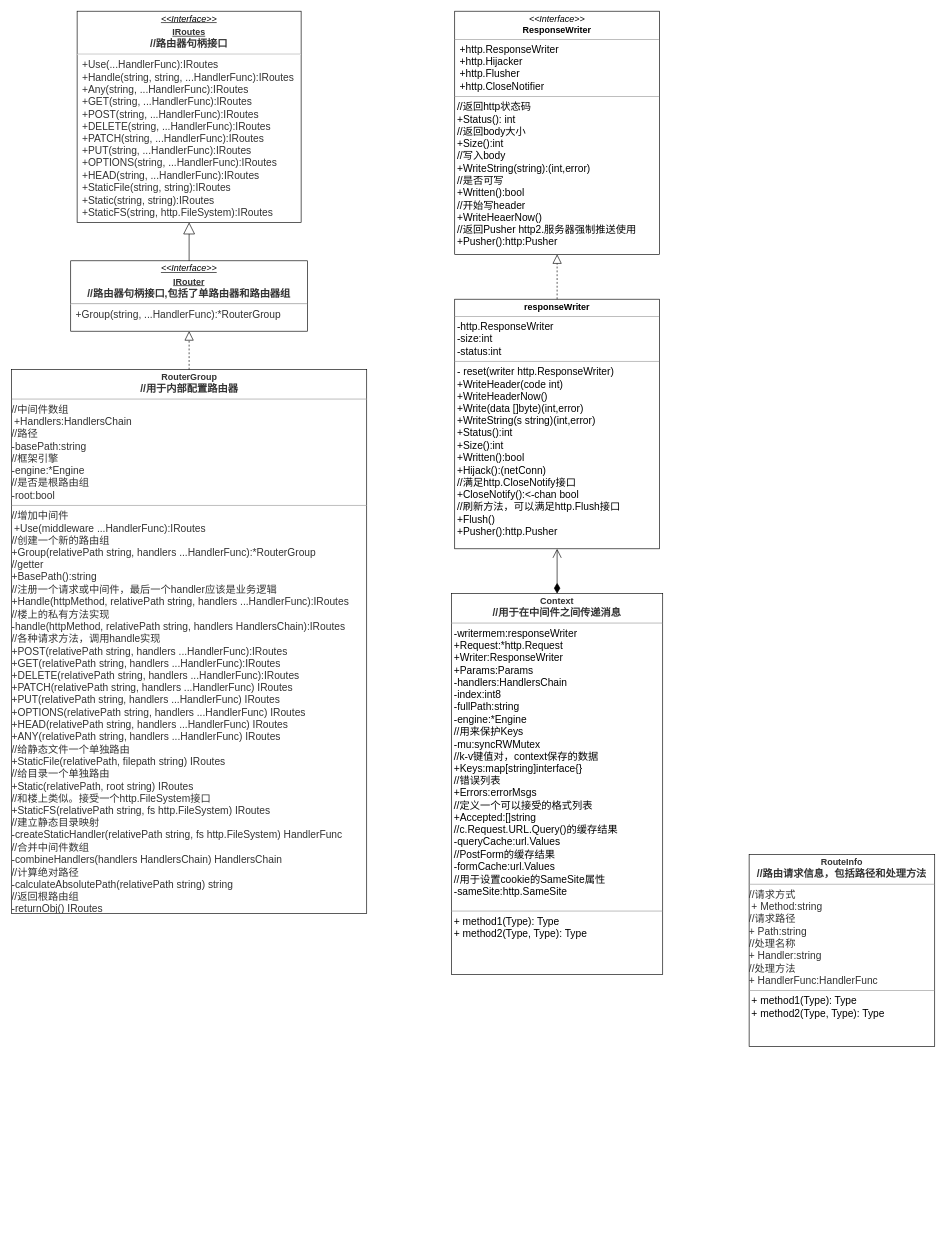
dagons/uml keeps this draw.io diagram as gin/gin_uml.drawio. Above is the earlier version. Source tidied: cells renumbered, new cells numbered last; positions are measured from the earlier drawing's top-left corner, leaving out a move shared by most shapes. Both pictures are drawn from the tidied source at 64%, with x=0, y=0 at pixel (12, 11).
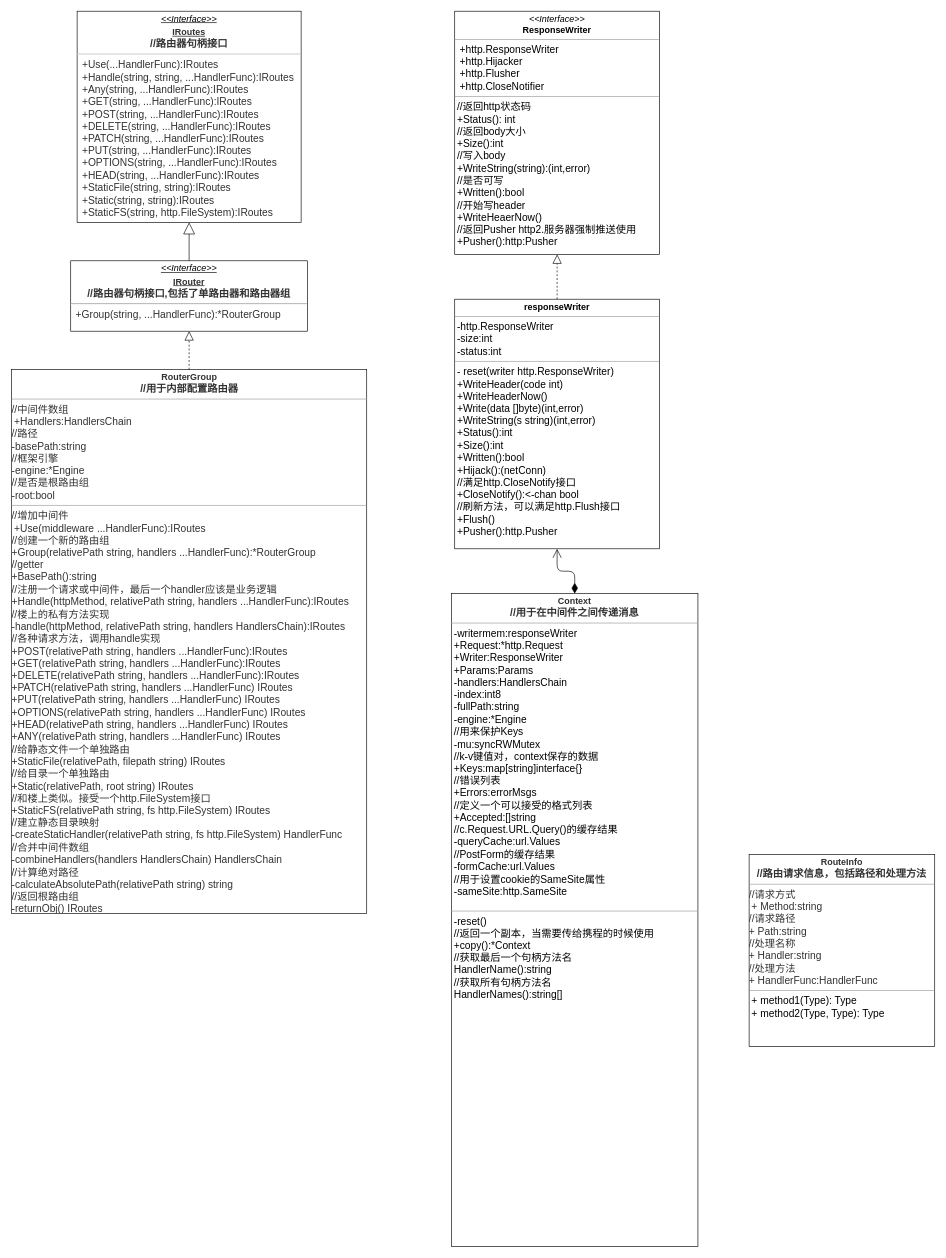
The same page after the edit.

Change to the diagram source:
```diff
@@
-    <mxCell id="7" value="&lt;p style=&quot;margin: 0px ; margin-top: 4px ; text-align: center&quot;&gt;&lt;span style=&quot;color: rgb(50 , 50 , 50) ; font-weight: 700 ; background-color: rgba(255 , 255 , 255 , 0.01)&quot;&gt;&lt;font style=&quot;font-size: 14px&quot;&gt;Context&lt;/font&gt;&lt;/span&gt;&lt;/p&gt;&lt;div style=&quot;resize: none ; outline: 0px ; color: rgb(50 , 50 , 50) ; font-weight: 700 ; text-align: center&quot;&gt;&lt;font size=&quot;3&quot;&gt;//用于在中间件之间传递消息&lt;/font&gt;&lt;/div&gt;&lt;hr size=&quot;1&quot;&gt;&lt;p style=&quot;margin: 0px ; margin-left: 4px&quot;&gt;&lt;font size=&quot;3&quot;&gt;-writermem:responseWriter&lt;br&gt;&lt;/font&gt;&lt;/p&gt;&lt;div style=&quot;resize: none ; outline: 0px&quot;&gt;&lt;/div&gt;&lt;p style=&quot;margin: 0px ; margin-left: 4px&quot;&gt;&lt;font size=&quot;3&quot;&gt;+Request:*http.Request&lt;br&gt;&lt;/font&gt;&lt;/p&gt;&lt;div style=&quot;resize: none ; outline: 0px&quot;&gt;&lt;/div&gt;&lt;p style=&quot;margin: 0px ; margin-left: 4px&quot;&gt;&lt;font size=&quot;3&quot;&gt;+Writer:ResponseWriter&lt;br&gt;&lt;/font&gt;&lt;/p&gt;&lt;div style=&quot;resize: none ; outline: 0px&quot;&gt;&lt;/div&gt;&lt;div style=&quot;resize: none ; outline: 0px&quot;&gt;&lt;/div&gt;&lt;p style=&quot;margin: 0px ; margin-left: 4px&quot;&gt;&lt;font size=&quot;3&quot;&gt;+Params:Params&lt;br&gt;&lt;/font&gt;&lt;/p&gt;&lt;div style=&quot;resize: none ; outline: 0px&quot;&gt;&lt;/div&gt;&lt;p style=&quot;margin: 0px ; margin-left: 4px&quot;&gt;&lt;font size=&quot;3&quot;&gt;-handlers:HandlersChain&lt;br&gt;&lt;/font&gt;&lt;/p&gt;&lt;div style=&quot;resize: none ; outline: 0px&quot;&gt;&lt;/div&gt;&lt;p style=&quot;margin: 0px ; margin-left: 4px&quot;&gt;&lt;font size=&quot;3&quot;&gt;-index:int8&lt;/font&gt;&lt;/p&gt;&lt;p style=&quot;margin: 0px ; margin-left: 4px&quot;&gt;&lt;span style=&quot;font-size: medium&quot;&gt;-fullPath:string&lt;/span&gt;&lt;/p&gt;&lt;p style=&quot;margin: 0px ; margin-left: 4px&quot;&gt;&lt;span style=&quot;font-size: medium&quot;&gt;-engine:*Engine&lt;/span&gt;&lt;/p&gt;&lt;p style=&quot;margin: 0px ; margin-left: 4px&quot;&gt;&lt;span style=&quot;font-size: medium&quot;&gt;//用来保护Keys&lt;/span&gt;&lt;/p&gt;&lt;p style=&quot;margin: 0px ; margin-left: 4px&quot;&gt;&lt;span style=&quot;font-size: medium&quot;&gt;-mu:syncRWMutex&lt;/span&gt;&lt;/p&gt;&lt;p style=&quot;margin: 0px ; margin-left: 4px&quot;&gt;&lt;span style=&quot;font-size: medium&quot;&gt;//k-v键值对，context保存的数据&lt;/span&gt;&lt;/p&gt;&lt;p style=&quot;margin: 0px ; margin-left: 4px&quot;&gt;&lt;span style=&quot;font-size: medium&quot;&gt;+Keys:map[string]interface{}&lt;/span&gt;&lt;/p&gt;&lt;p style=&quot;margin: 0px ; margin-left: 4px&quot;&gt;&lt;span style=&quot;font-size: medium&quot;&gt;//错误列表&lt;/span&gt;&lt;/p&gt;&lt;p style=&quot;margin: 0px ; margin-left: 4px&quot;&gt;&lt;span style=&quot;font-size: medium&quot;&gt;+Errors:errorMsgs&lt;/span&gt;&lt;/p&gt;&lt;p style=&quot;margin: 0px ; margin-left: 4px&quot;&gt;&lt;span style=&quot;font-size: medium&quot;&gt;//定义一个可以接受的格式列表&lt;/span&gt;&lt;/p&gt;&lt;p style=&quot;margin: 0px ; margin-left: 4px&quot;&gt;&lt;span style=&quot;font-size: medium&quot;&gt;+Accepted:[]string&lt;/span&gt;&lt;/p&gt;&lt;p style=&quot;margin: 0px ; margin-left: 4px&quot;&gt;&lt;span style=&quot;font-size: medium&quot;&gt;//c.Request.URL.Query()的缓存结果&lt;/span&gt;&lt;/p&gt;&lt;p style=&quot;margin: 0px ; margin-left: 4px&quot;&gt;&lt;span style=&quot;font-size: medium&quot;&gt;-queryCache:url.Values&lt;/span&gt;&lt;/p&gt;&lt;p style=&quot;margin: 0px ; margin-left: 4px&quot;&gt;&lt;font size=&quot;3&quot;&gt;//PostForm的缓存结果&lt;/font&gt;&lt;/p&gt;&lt;p style=&quot;margin: 0px ; margin-left: 4px&quot;&gt;&lt;span style=&quot;font-size: medium&quot;&gt;-formCache:url.Values&lt;/span&gt;&lt;span style=&quot;font-size: medium&quot;&gt;&lt;br&gt;&lt;/span&gt;&lt;/p&gt;&lt;p style=&quot;margin: 0px ; margin-left: 4px&quot;&gt;&lt;font size=&quot;3&quot;&gt;//用于设置cookie的SameSite属性&lt;/font&gt;&lt;/p&gt;&lt;p style=&quot;margin: 0px ; margin-left: 4px&quot;&gt;&lt;span style=&quot;font-size: medium&quot;&gt;-sameSite:http.SameSite&lt;/span&gt;&lt;/p&gt;&lt;div style=&quot;resize: none ; outline: 0px&quot;&gt;&lt;br&gt;&lt;/div&gt;&lt;hr size=&quot;1&quot;&gt;&lt;p style=&quot;margin: 0px ; margin-left: 4px&quot;&gt;&lt;font size=&quot;3&quot;&gt;+ method1(Type): Type&lt;br&gt;+ method2(Type, Type): Type&lt;/font&gt;&lt;/p&gt;" style="verticalAlign=top;align=left;overflow=fill;fontSize=12;fontFamily=Helvetica;html=1;" parent="1" vertex="1">
-      <mxGeometry x="687" y="910" width="330" height="595" as="geometry" />
+    <mxCell id="7" value="&lt;p style=&quot;margin: 0px ; margin-top: 4px ; text-align: center&quot;&gt;&lt;span style=&quot;color: rgb(50 , 50 , 50) ; font-weight: 700 ; background-color: rgba(255 , 255 , 255 , 0.01)&quot;&gt;&lt;font style=&quot;font-size: 14px&quot;&gt;Context&lt;/font&gt;&lt;/span&gt;&lt;/p&gt;&lt;div style=&quot;resize: none ; outline: 0px ; color: rgb(50 , 50 , 50) ; font-weight: 700 ; text-align: center&quot;&gt;&lt;font size=&quot;3&quot;&gt;//用于在中间件之间传递消息&lt;/font&gt;&lt;/div&gt;&lt;hr size=&quot;1&quot;&gt;&lt;p style=&quot;margin: 0px ; margin-left: 4px&quot;&gt;&lt;font size=&quot;3&quot;&gt;-writermem:responseWriter&lt;br&gt;&lt;/font&gt;&lt;/p&gt;&lt;div style=&quot;resize: none ; outline: 0px&quot;&gt;&lt;/div&gt;&lt;p style=&quot;margin: 0px ; margin-left: 4px&quot;&gt;&lt;font size=&quot;3&quot;&gt;+Request:*http.Request&lt;br&gt;&lt;/font&gt;&lt;/p&gt;&lt;div style=&quot;resize: none ; outline: 0px&quot;&gt;&lt;/div&gt;&lt;p style=&quot;margin: 0px ; margin-left: 4px&quot;&gt;&lt;font size=&quot;3&quot;&gt;+Writer:ResponseWriter&lt;br&gt;&lt;/font&gt;&lt;/p&gt;&lt;div style=&quot;resize: none ; outline: 0px&quot;&gt;&lt;/div&gt;&lt;div style=&quot;resize: none ; outline: 0px&quot;&gt;&lt;/div&gt;&lt;p style=&quot;margin: 0px ; margin-left: 4px&quot;&gt;&lt;font size=&quot;3&quot;&gt;+Params:Params&lt;br&gt;&lt;/font&gt;&lt;/p&gt;&lt;div style=&quot;resize: none ; outline: 0px&quot;&gt;&lt;/div&gt;&lt;p style=&quot;margin: 0px ; margin-left: 4px&quot;&gt;&lt;font size=&quot;3&quot;&gt;-handlers:HandlersChain&lt;br&gt;&lt;/font&gt;&lt;/p&gt;&lt;div style=&quot;resize: none ; outline: 0px&quot;&gt;&lt;/div&gt;&lt;p style=&quot;margin: 0px ; margin-left: 4px&quot;&gt;&lt;font size=&quot;3&quot;&gt;-index:int8&lt;/font&gt;&lt;/p&gt;&lt;p style=&quot;margin: 0px ; margin-left: 4px&quot;&gt;&lt;span style=&quot;font-size: medium&quot;&gt;-fullPath:string&lt;/span&gt;&lt;/p&gt;&lt;p style=&quot;margin: 0px ; margin-left: 4px&quot;&gt;&lt;span style=&quot;font-size: medium&quot;&gt;-engine:*Engine&lt;/span&gt;&lt;/p&gt;&lt;p style=&quot;margin: 0px ; margin-left: 4px&quot;&gt;&lt;span style=&quot;font-size: medium&quot;&gt;//用来保护Keys&lt;/span&gt;&lt;/p&gt;&lt;p style=&quot;margin: 0px ; margin-left: 4px&quot;&gt;&lt;span style=&quot;font-size: medium&quot;&gt;-mu:syncRWMutex&lt;/span&gt;&lt;/p&gt;&lt;p style=&quot;margin: 0px ; margin-left: 4px&quot;&gt;&lt;span style=&quot;font-size: medium&quot;&gt;//k-v键值对，context保存的数据&lt;/span&gt;&lt;/p&gt;&lt;p style=&quot;margin: 0px ; margin-left: 4px&quot;&gt;&lt;span style=&quot;font-size: medium&quot;&gt;+Keys:map[string]interface{}&lt;/span&gt;&lt;/p&gt;&lt;p style=&quot;margin: 0px ; margin-left: 4px&quot;&gt;&lt;span style=&quot;font-size: medium&quot;&gt;//错误列表&lt;/span&gt;&lt;/p&gt;&lt;p style=&quot;margin: 0px ; margin-left: 4px&quot;&gt;&lt;span style=&quot;font-size: medium&quot;&gt;+Errors:errorMsgs&lt;/span&gt;&lt;/p&gt;&lt;p style=&quot;margin: 0px ; margin-left: 4px&quot;&gt;&lt;span style=&quot;font-size: medium&quot;&gt;//定义一个可以接受的格式列表&lt;/span&gt;&lt;/p&gt;&lt;p style=&quot;margin: 0px ; margin-left: 4px&quot;&gt;&lt;span style=&quot;font-size: medium&quot;&gt;+Accepted:[]string&lt;/span&gt;&lt;/p&gt;&lt;p style=&quot;margin: 0px ; margin-left: 4px&quot;&gt;&lt;span style=&quot;font-size: medium&quot;&gt;//c.Request.URL.Query()的缓存结果&lt;/span&gt;&lt;/p&gt;&lt;p style=&quot;margin: 0px ; margin-left: 4px&quot;&gt;&lt;span style=&quot;font-size: medium&quot;&gt;-queryCache:url.Values&lt;/span&gt;&lt;/p&gt;&lt;p style=&quot;margin: 0px ; margin-left: 4px&quot;&gt;&lt;font size=&quot;3&quot;&gt;//PostForm的缓存结果&lt;/font&gt;&lt;/p&gt;&lt;p style=&quot;margin: 0px ; margin-left: 4px&quot;&gt;&lt;span style=&quot;font-size: medium&quot;&gt;-formCache:url.Values&lt;/span&gt;&lt;span style=&quot;font-size: medium&quot;&gt;&lt;br&gt;&lt;/span&gt;&lt;/p&gt;&lt;p style=&quot;margin: 0px ; margin-left: 4px&quot;&gt;&lt;font size=&quot;3&quot;&gt;//用于设置cookie的SameSite属性&lt;/font&gt;&lt;/p&gt;&lt;p style=&quot;margin: 0px ; margin-left: 4px&quot;&gt;&lt;span style=&quot;font-size: medium&quot;&gt;-sameSite:http.SameSite&lt;/span&gt;&lt;/p&gt;&lt;div style=&quot;resize: none ; outline: 0px&quot;&gt;&lt;br&gt;&lt;/div&gt;&lt;hr size=&quot;1&quot;&gt;&lt;p style=&quot;margin: 0px ; margin-left: 4px&quot;&gt;&lt;font size=&quot;3&quot;&gt;-reset()&lt;/font&gt;&lt;/p&gt;&lt;p style=&quot;margin: 0px ; margin-left: 4px&quot;&gt;&lt;font size=&quot;3&quot;&gt;//返回一个副本，当需要传给携程的时候使用&lt;/font&gt;&lt;/p&gt;&lt;p style=&quot;margin: 0px ; margin-left: 4px&quot;&gt;&lt;font size=&quot;3&quot;&gt;+copy():*Context&lt;/font&gt;&lt;/p&gt;&lt;p style=&quot;margin: 0px ; margin-left: 4px&quot;&gt;&lt;font size=&quot;3&quot;&gt;//获取最后一个句柄方法名&lt;/font&gt;&lt;/p&gt;&lt;p style=&quot;margin: 0px ; margin-left: 4px&quot;&gt;&lt;font size=&quot;3&quot;&gt;HandlerName():string&lt;/font&gt;&lt;/p&gt;&lt;p style=&quot;margin: 0px ; margin-left: 4px&quot;&gt;&lt;font size=&quot;3&quot;&gt;//获取所有句柄方法名&lt;/font&gt;&lt;/p&gt;&lt;p style=&quot;margin: 0px ; margin-left: 4px&quot;&gt;&lt;font size=&quot;3&quot;&gt;HandlerNames():string[]&lt;/font&gt;&lt;/p&gt;&lt;p style=&quot;margin: 0px ; margin-left: 4px&quot;&gt;&lt;font size=&quot;3&quot;&gt;&lt;br&gt;&lt;/font&gt;&lt;/p&gt;&lt;p style=&quot;margin: 0px ; margin-left: 4px&quot;&gt;&lt;font size=&quot;3&quot;&gt;&lt;br&gt;&lt;/font&gt;&lt;/p&gt;" style="verticalAlign=top;align=left;overflow=fill;fontSize=12;fontFamily=Helvetica;html=1;" parent="1" vertex="1">
+      <mxGeometry x="687" y="910" width="385" height="1020" as="geometry" />
     </mxCell>
```
